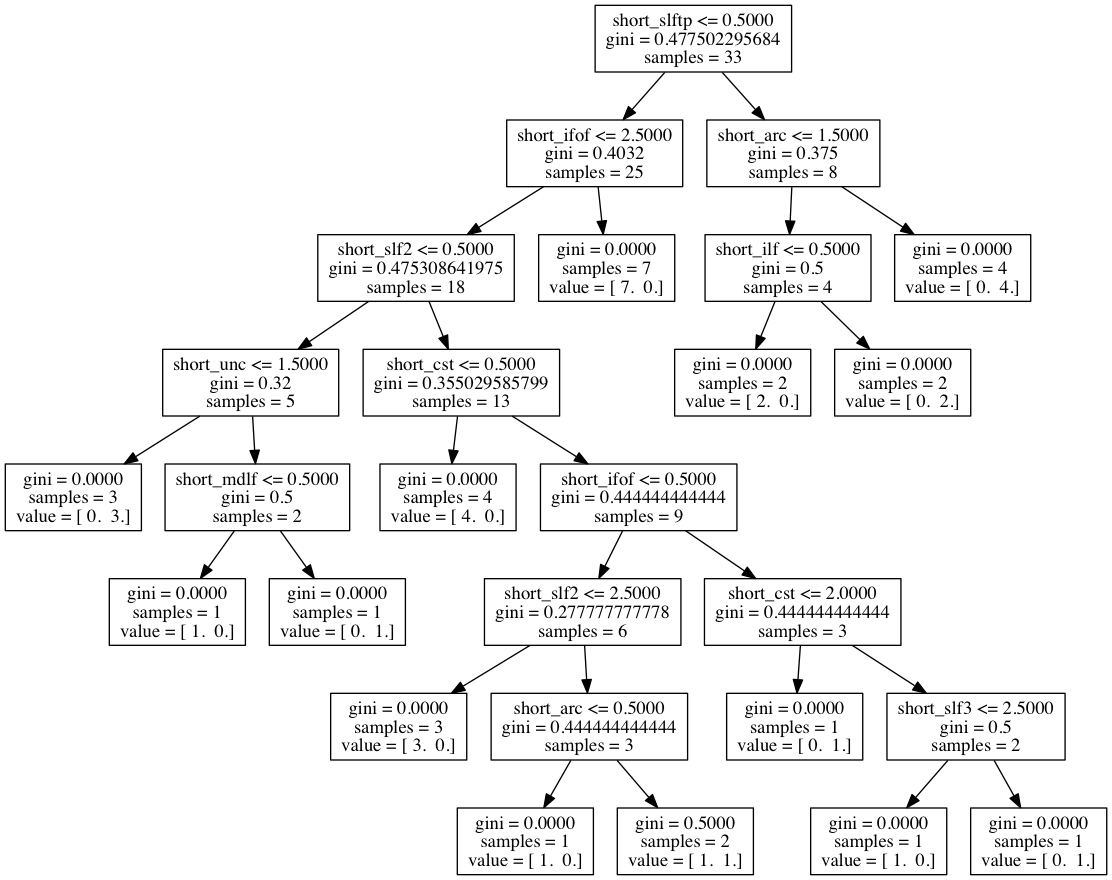
akeshavan/myscripts keeps this Graphviz diagram as neurosurgery_trees/shortLANGUAGE.png. Above is the earlier version. Its source is kept beside it as neurosurgery_trees/shortLANGUAGE.dot. The source it was exported from:
```dot
digraph Tree {
0 [label="X[3] <= 0.5000\ngini = 0.477502295684\nsamples = 33", shape="box"] ;
1 [label="X[6] <= 2.5000\ngini = 0.4032\nsamples = 25", shape="box"] ;
0 -> 1 ;
2 [label="X[0] <= 0.5000\ngini = 0.475308641975\nsamples = 18", shape="box"] ;
1 -> 2 ;
3 [label="X[7] <= 1.5000\ngini = 0.32\nsamples = 5", shape="box"] ;
2 -> 3 ;
4 [label="gini = 0.0000\nsamples = 3\nvalue = [ 0.  3.]", shape="box"] ;
3 -> 4 ;
5 [label="X[5] <= 0.5000\ngini = 0.5\nsamples = 2", shape="box"] ;
3 -> 5 ;
6 [label="gini = 0.0000\nsamples = 1\nvalue = [ 1.  0.]", shape="box"] ;
5 -> 6 ;
7 [label="gini = 0.0000\nsamples = 1\nvalue = [ 0.  1.]", shape="box"] ;
5 -> 7 ;
8 [label="X[8] <= 0.5000\ngini = 0.355029585799\nsamples = 13", shape="box"] ;
2 -> 8 ;
9 [label="gini = 0.0000\nsamples = 4\nvalue = [ 4.  0.]", shape="box"] ;
8 -> 9 ;
10 [label="X[6] <= 0.5000\ngini = 0.444444444444\nsamples = 9", shape="box"] ;
8 -> 10 ;
11 [label="X[0] <= 2.5000\ngini = 0.277777777778\nsamples = 6", shape="box"] ;
10 -> 11 ;
12 [label="gini = 0.0000\nsamples = 3\nvalue = [ 3.  0.]", shape="box"] ;
11 -> 12 ;
13 [label="X[2] <= 0.5000\ngini = 0.444444444444\nsamples = 3", shape="box"] ;
11 -> 13 ;
14 [label="gini = 0.0000\nsamples = 1\nvalue = [ 1.  0.]", shape="box"] ;
13 -> 14 ;
15 [label="gini = 0.5000\nsamples = 2\nvalue = [ 1.  1.]", shape="box"] ;
13 -> 15 ;
16 [label="X[8] <= 2.0000\ngini = 0.444444444444\nsamples = 3", shape="box"] ;
10 -> 16 ;
17 [label="gini = 0.0000\nsamples = 1\nvalue = [ 0.  1.]", shape="box"] ;
16 -> 17 ;
18 [label="X[1] <= 2.5000\ngini = 0.5\nsamples = 2", shape="box"] ;
16 -> 18 ;
19 [label="gini = 0.0000\nsamples = 1\nvalue = [ 1.  0.]", shape="box"] ;
18 -> 19 ;
20 [label="gini = 0.0000\nsamples = 1\nvalue = [ 0.  1.]", shape="box"] ;
18 -> 20 ;
21 [label="gini = 0.0000\nsamples = 7\nvalue = [ 7.  0.]", shape="box"] ;
1 -> 21 ;
22 [label="X[2] <= 1.5000\ngini = 0.375\nsamples = 8", shape="box"] ;
0 -> 22 ;
23 [label="X[4] <= 0.5000\ngini = 0.5\nsamples = 4", shape="box"] ;
22 -> 23 ;
24 [label="gini = 0.0000\nsamples = 2\nvalue = [ 2.  0.]", shape="box"] ;
23 -> 24 ;
25 [label="gini = 0.0000\nsamples = 2\nvalue = [ 0.  2.]", shape="box"] ;
23 -> 25 ;
26 [label="gini = 0.0000\nsamples = 4\nvalue = [ 0.  4.]", shape="box"] ;
22 -> 26 ;
}
```
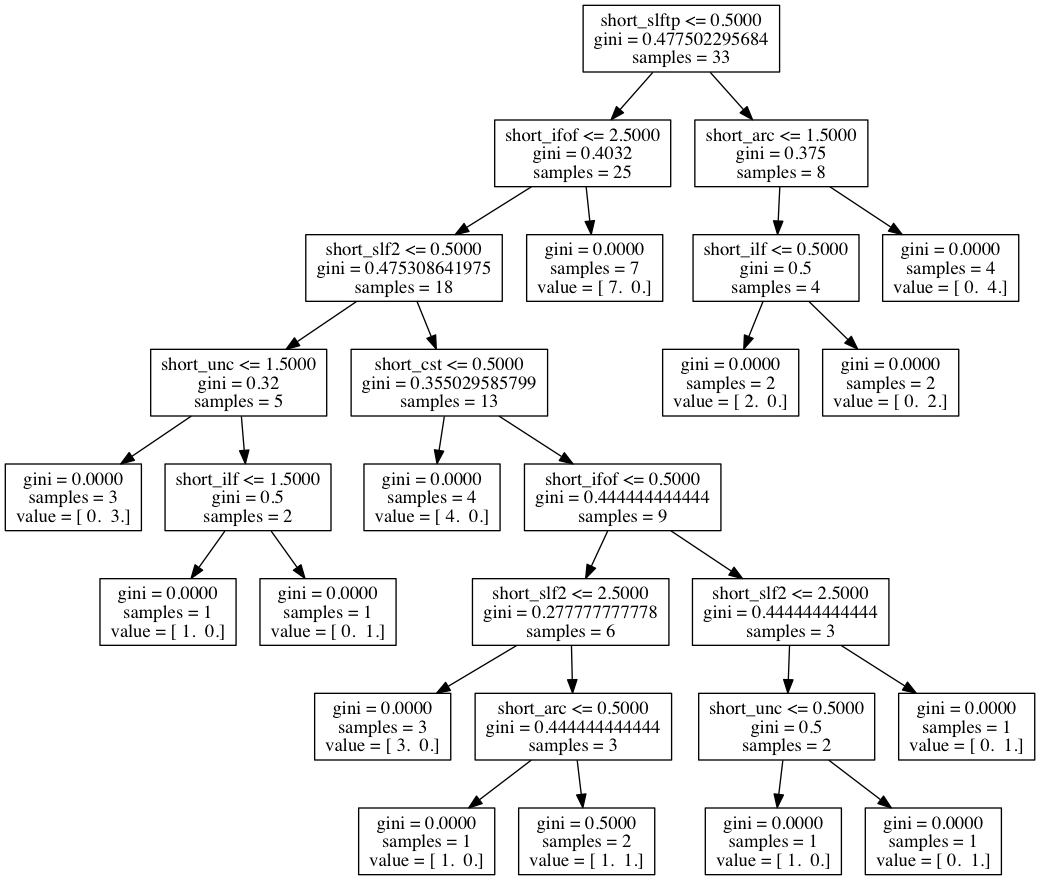
Above is the later version.

Diff of the diagram source:
```diff
@@ -8,7 +8,7 @@
 2 -> 3 ;
 4 [label="gini = 0.0000\nsamples = 3\nvalue = [ 0.  3.]", shape="box"] ;
 3 -> 4 ;
-5 [label="X[5] <= 0.5000\ngini = 0.5\nsamples = 2", shape="box"] ;
+5 [label="X[4] <= 1.5000\ngini = 0.5\nsamples = 2", shape="box"] ;
 3 -> 5 ;
 6 [label="gini = 0.0000\nsamples = 1\nvalue = [ 1.  0.]", shape="box"] ;
 5 -> 6 ;
@@ -30,16 +30,16 @@
 13 -> 14 ;
 15 [label="gini = 0.5000\nsamples = 2\nvalue = [ 1.  1.]", shape="box"] ;
 13 -> 15 ;
-16 [label="X[8] <= 2.0000\ngini = 0.444444444444\nsamples = 3", shape="box"] ;
+16 [label="X[0] <= 2.5000\ngini = 0.444444444444\nsamples = 3", shape="box"] ;
 10 -> 16 ;
-17 [label="gini = 0.0000\nsamples = 1\nvalue = [ 0.  1.]", shape="box"] ;
+17 [label="X[7] <= 0.5000\ngini = 0.5\nsamples = 2", shape="box"] ;
 16 -> 17 ;
-18 [label="X[1] <= 2.5000\ngini = 0.5\nsamples = 2", shape="box"] ;
-16 -> 18 ;
-19 [label="gini = 0.0000\nsamples = 1\nvalue = [ 1.  0.]", shape="box"] ;
-18 -> 19 ;
+18 [label="gini = 0.0000\nsamples = 1\nvalue = [ 1.  0.]", shape="box"] ;
+17 -> 18 ;
+19 [label="gini = 0.0000\nsamples = 1\nvalue = [ 0.  1.]", shape="box"] ;
+17 -> 19 ;
 20 [label="gini = 0.0000\nsamples = 1\nvalue = [ 0.  1.]", shape="box"] ;
-18 -> 20 ;
+16 -> 20 ;
 21 [label="gini = 0.0000\nsamples = 7\nvalue = [ 7.  0.]", shape="box"] ;
 1 -> 21 ;
 22 [label="X[2] <= 1.5000\ngini = 0.375\nsamples = 8", shape="box"] ;
```
